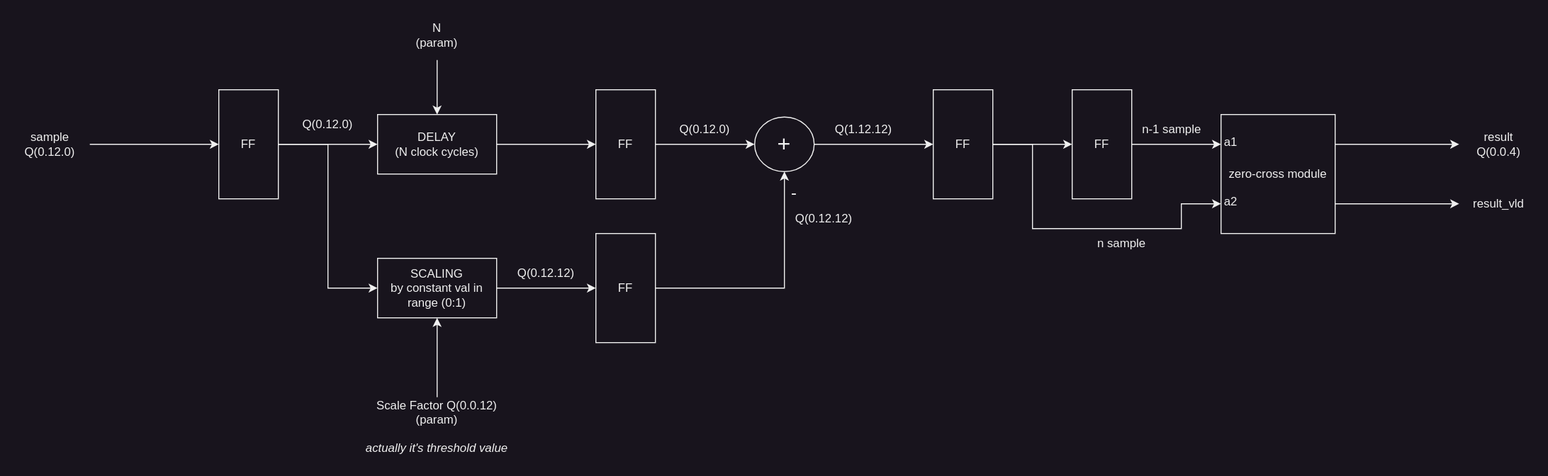
Above: CFD_top.svg in maj77/DCFD (draw.io), before the change. Source tidied: cells renumbered, new cells last; positions are measured from the earlier drawing's top-left corner, leaving out a move shared by most shapes.
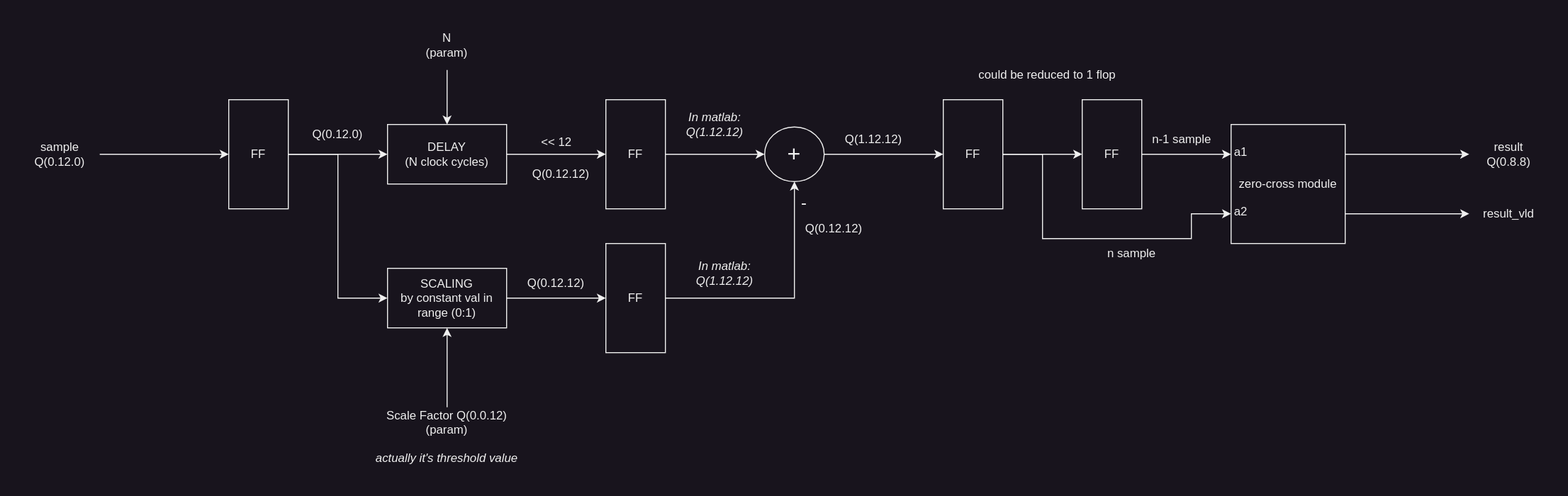
After the change.

Commit message:
updated block diagrams

What changed in the source:
```diff
@@ -76,8 +76,8 @@
     <mxCell id="20" value="Q(0.12.0)" style="text;html=1;strokeColor=none;fillColor=none;align=center;verticalAlign=middle;whiteSpace=wrap;rounded=0;" parent="1" vertex="1">
       <mxGeometry x="280" y="90" width="60" height="30" as="geometry" />
     </mxCell>
-    <mxCell id="21" value="Q(0.12.0)" style="text;html=1;strokeColor=none;fillColor=none;align=center;verticalAlign=middle;whiteSpace=wrap;rounded=0;" parent="1" vertex="1">
-      <mxGeometry x="660" y="95" width="60" height="30" as="geometry" />
+    <mxCell id="21" value="Q(0.12.12)" style="text;html=1;strokeColor=none;fillColor=none;align=center;verticalAlign=middle;whiteSpace=wrap;rounded=0;" parent="1" vertex="1">
+      <mxGeometry x="505" y="130" width="60" height="30" as="geometry" />
     </mxCell>
     <mxCell id="22" value="Q(0.12.12)" style="text;html=1;strokeColor=none;fillColor=none;align=center;verticalAlign=middle;whiteSpace=wrap;rounded=0;" parent="1" vertex="1">
       <mxGeometry x="780" y="185" width="60" height="30" as="geometry" />
@@ -147,7 +147,7 @@
         </Array>
       </mxGeometry>
     </mxCell>
-    <mxCell id="37" value="result Q(0.0.4)" style="text;html=1;strokeColor=none;fillColor=none;align=center;verticalAlign=middle;whiteSpace=wrap;rounded=0;" parent="1" vertex="1">
+    <mxCell id="37" value="result Q(0.8.8)" style="text;html=1;strokeColor=none;fillColor=none;align=center;verticalAlign=middle;whiteSpace=wrap;rounded=0;" parent="1" vertex="1">
       <mxGeometry x="1460" y="110" width="60" height="30" as="geometry" />
     </mxCell>
     <mxCell id="38" value="result_vld" style="text;html=1;strokeColor=none;fillColor=none;align=center;verticalAlign=middle;whiteSpace=wrap;rounded=0;" parent="1" vertex="1">
@@ -159,5 +159,17 @@
     <mxCell id="40" value="a2" style="text;html=1;strokeColor=none;fillColor=none;align=center;verticalAlign=middle;whiteSpace=wrap;rounded=0;" parent="1" vertex="1">
       <mxGeometry x="1210" y="165" width="20" height="35" as="geometry" />
     </mxCell>
+    <mxCell id="41" value="&amp;lt;&amp;lt; 12" style="text;html=1;align=center;verticalAlign=middle;strokeColor=none;fillColor=none;" parent="1" vertex="1">
+      <mxGeometry x="505" y="97.5" width="50" height="30" as="geometry" />
+    </mxCell>
+    <mxCell id="42" value="&lt;i&gt;In matlab: Q(1.12.12)&lt;/i&gt;" style="text;html=1;strokeColor=none;fillColor=none;align=center;verticalAlign=middle;whiteSpace=wrap;rounded=0;" parent="1" vertex="1">
+      <mxGeometry x="670" y="230" width="60" height="30" as="geometry" />
+    </mxCell>
+    <mxCell id="43" value="&lt;i&gt;In matlab: Q(1.12.12)&lt;/i&gt;" style="text;html=1;strokeColor=none;fillColor=none;align=center;verticalAlign=middle;whiteSpace=wrap;rounded=0;" parent="1" vertex="1">
+      <mxGeometry x="660" y="80" width="60" height="30" as="geometry" />
+    </mxCell>
+    <mxCell id="44" value="could be reduced to 1 flop" style="text;html=1;strokeColor=none;fillColor=none;align=center;verticalAlign=middle;whiteSpace=wrap;rounded=0;" parent="1" vertex="1">
+      <mxGeometry x="940" y="30" width="170" height="30" as="geometry" />
+    </mxCell>
   </root>
 </mxGraphModel>
```
